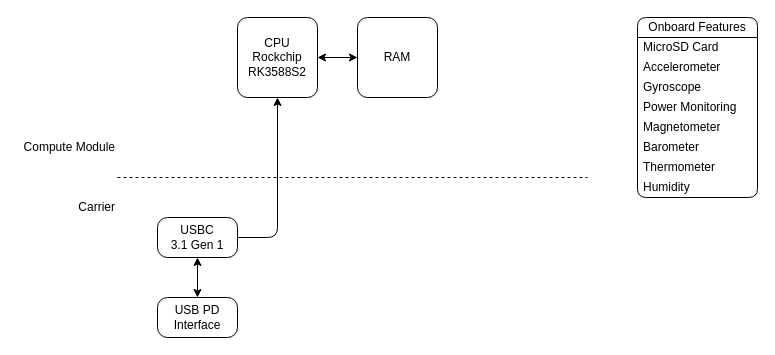
Before: page "Brainstorm" (2 of 3) of Documents/Diagram.drawio in CawLabs/Bird-Brain, a draw.io diagram. Source tidied: cells renumbered, new cells numbered last; positions are measured from the earlier drawing's top-left corner, leaving out a move shared by most shapes. Both pictures are drawn from the tidied source at 100%, with x=0, y=0 at pixel (17, 17).
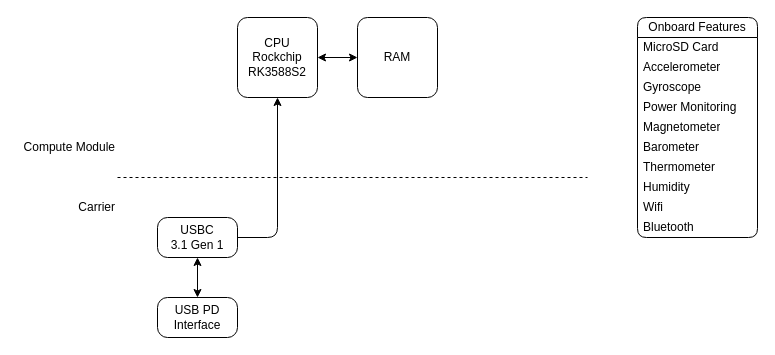
After the change.

Commit message:
Added WIFI and bluetooth to onboard features

The edit, as a diff of the source:
```diff
@@
     <mxCell id="12" value="Onboard Features" style="swimlane;fontStyle=0;horizontal=1;startSize=20;whiteSpace=wrap;html=1;rounded=1;" parent="1" vertex="1">
-      <mxGeometry x="620" width="120" height="180" as="geometry" />
+      <mxGeometry x="620" width="120" height="220" as="geometry" />
     </mxCell>
@@
+    <mxCell id="21" value="Wifi" style="text;strokeColor=none;fillColor=none;align=left;verticalAlign=middle;spacingLeft=4;spacingRight=4;overflow=hidden;whiteSpace=wrap;html=1;" parent="12" vertex="1">
+      <mxGeometry y="180" width="120" height="20" as="geometry" />
+    </mxCell>
+    <mxCell id="22" value="Bluetooth" style="text;strokeColor=none;fillColor=none;align=left;verticalAlign=middle;spacingLeft=4;spacingRight=4;overflow=hidden;whiteSpace=wrap;html=1;" parent="12" vertex="1">
+      <mxGeometry y="200" width="120" height="20" as="geometry" />
+    </mxCell>
```
